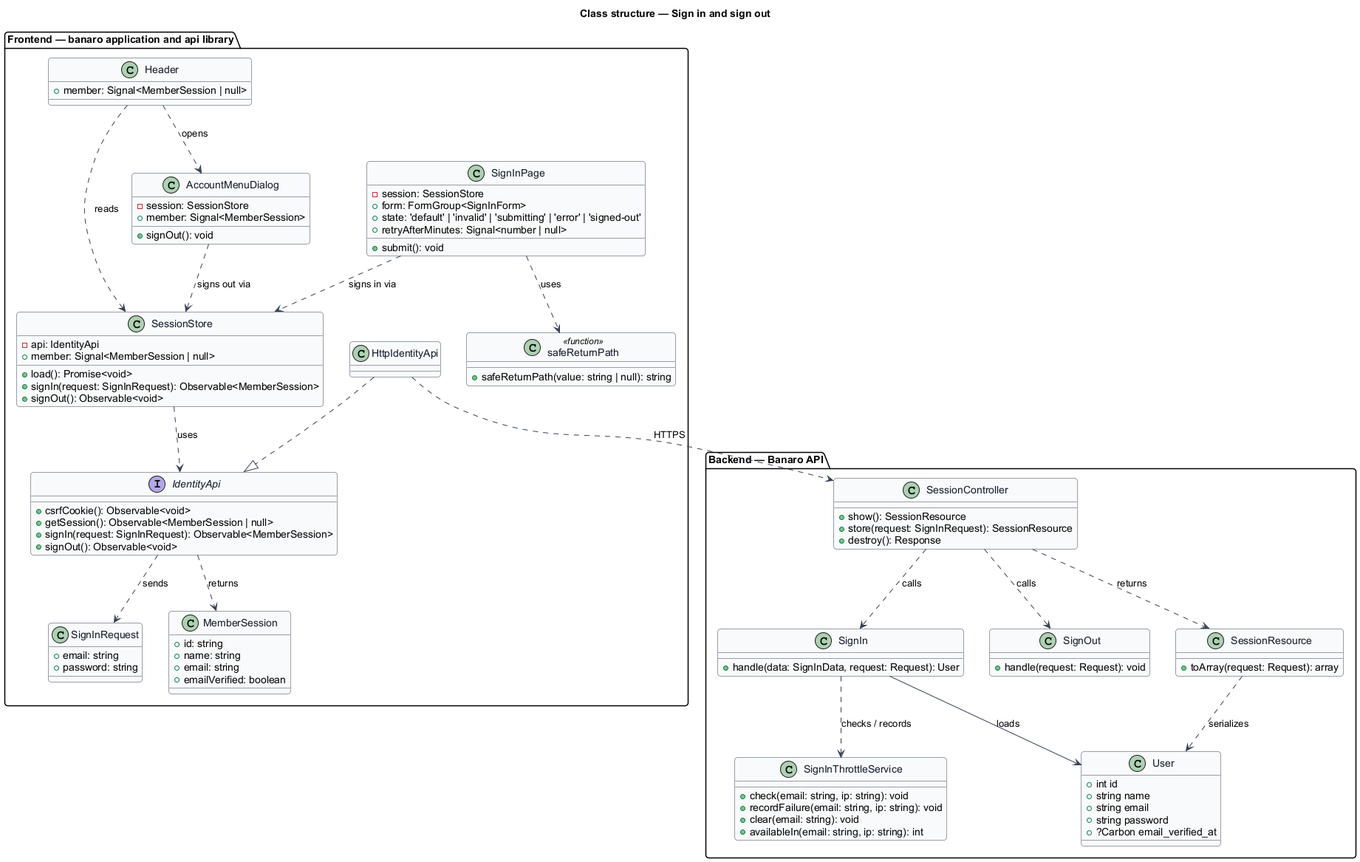
Before: docs/detailed-designs/identity/sign-in-and-sign-out/diagrams/class-structure.png, a diagram exported from PlantUML (QuinntyneBrown/banaro).
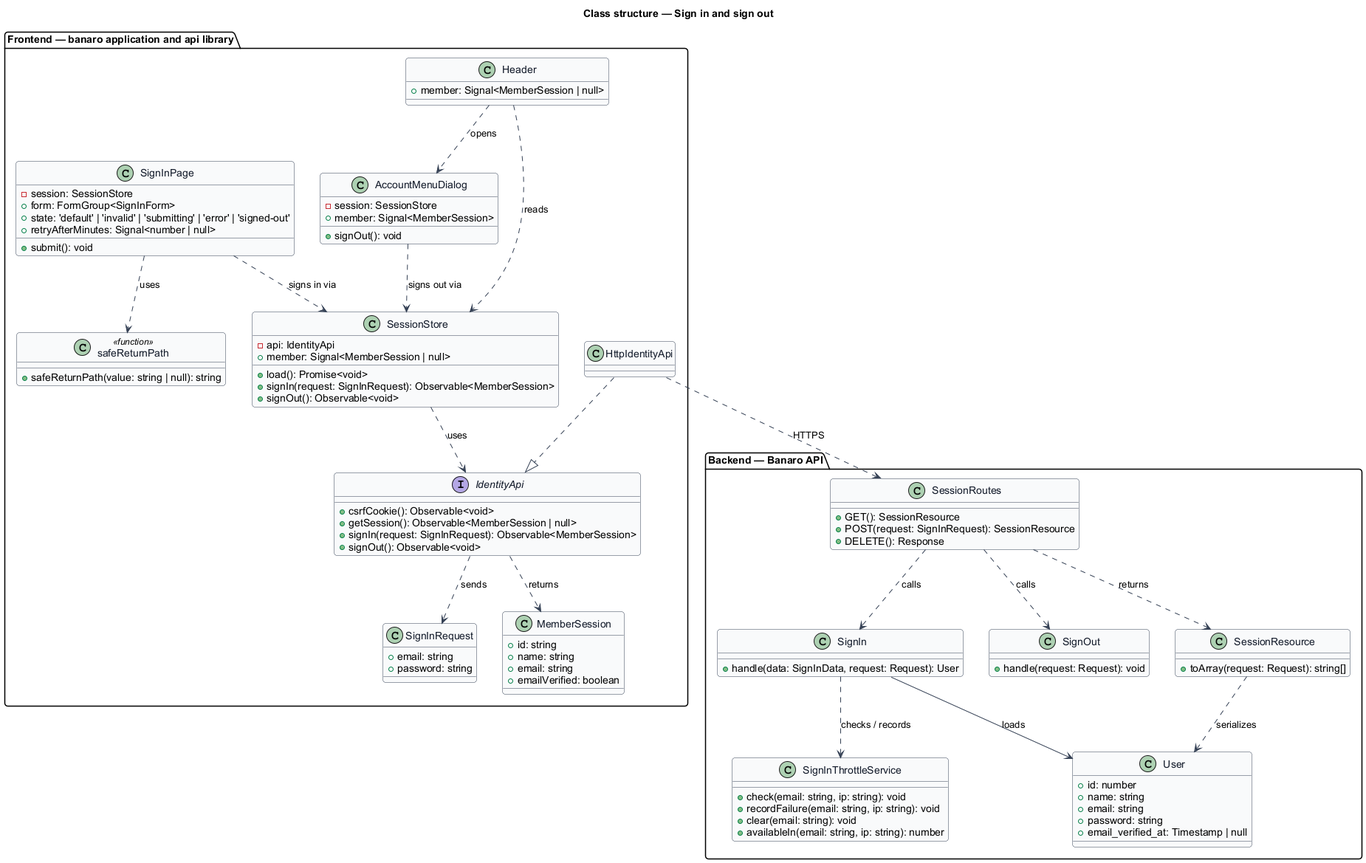
After the commit.

What changed in the source:
```diff
@@ -57,10 +57,10 @@
 }
 
 package "Backend — Banaro API" {
-  class SessionController {
-    +show(): SessionResource
-    +store(request: SignInRequest): SessionResource
-    +destroy(): Response
+  class SessionRoutes {
+    +GET(): SessionResource
+    +POST(request: SignInRequest): SessionResource
+    +DELETE(): Response
   }
   class SignIn {
     +handle(data: SignInData, request: Request): User
@@ -72,17 +72,17 @@
     +check(email: string, ip: string): void
     +recordFailure(email: string, ip: string): void
     +clear(email: string): void
-    +availableIn(email: string, ip: string): int
+    +availableIn(email: string, ip: string): number
   }
   class User {
-    +int id
-    +string name
-    +string email
-    +string password
-    +?Carbon email_verified_at
+    +id: number
+    +name: string
+    +email: string
+    +password: string
+    +email_verified_at: Timestamp | null
   }
   class SessionResource {
-    +toArray(request: Request): array
+    +toArray(request: Request): string[]
   }
 }
 
@@ -95,11 +95,11 @@
 HttpIdentityApi ..|> IdentityApi
 IdentityApi ..> SignInRequest : sends
 IdentityApi ..> MemberSession : returns
-HttpIdentityApi ..> SessionController : HTTPS
+HttpIdentityApi ..> SessionRoutes : HTTPS
 
-SessionController ..> SignIn : calls
-SessionController ..> SignOut : calls
-SessionController ..> SessionResource : returns
+SessionRoutes ..> SignIn : calls
+SessionRoutes ..> SignOut : calls
+SessionRoutes ..> SessionResource : returns
 SignIn ..> SignInThrottleService : checks / records
 SignIn --> User : loads
 SessionResource ..> User : serializes
```
